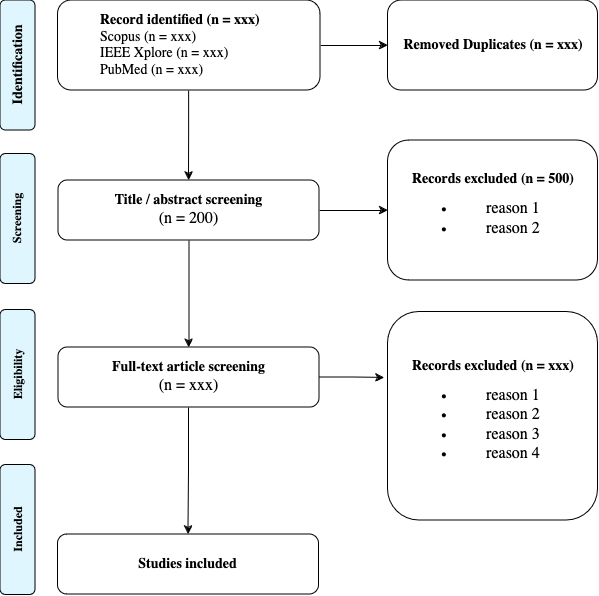
Above: prisma_overview.png in Hobsyllvin/Literature-Research-Master-Thesis (draw.io), before the change. Source tidied: cells renumbered, new cells last; positions are measured from the earlier drawing's top-left corner, leaving out a move shared by most shapes.
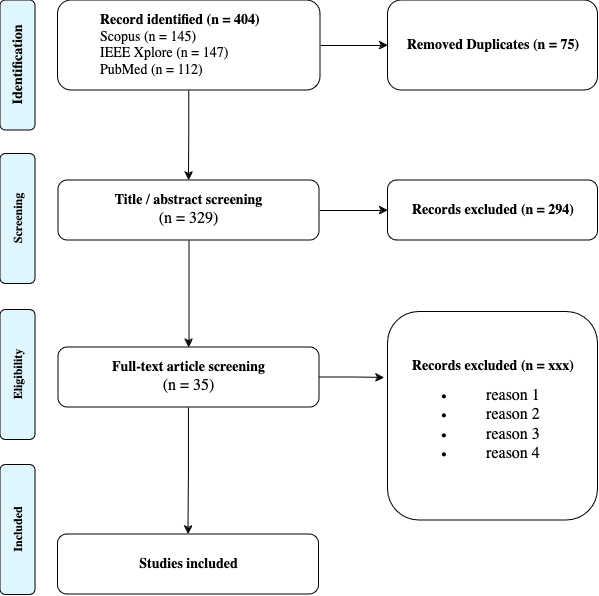
Above is the later version.

What changed in the source:
```diff
@@ -8,7 +8,7 @@
     <mxCell id="3" style="edgeStyle=orthogonalEdgeStyle;rounded=0;jettySize=auto;html=1;" parent="1" edge="1" source="4" target="13">
       <mxGeometry relative="1" as="geometry" />
     </mxCell>
-    <mxCell id="4" value="&lt;blockquote&gt;&lt;font style=&quot;font-size: 14px;&quot; face=&quot;Lucida Console&quot;&gt;&lt;b&gt;Record identified (n = xxx)&lt;/b&gt;&lt;br&gt;Scopus (n = xxx)&lt;br&gt;IEEE Xplore (n = xxx)&lt;br&gt;PubMed (n = xxx)&lt;/font&gt;&lt;/blockquote&gt;" style="rounded=1;whiteSpace=wrap;html=1;fontSize=12;glass=0;strokeWidth=1;shadow=0;align=left;" parent="1" vertex="1">
+    <mxCell id="4" value="&lt;blockquote&gt;&lt;font style=&quot;font-size: 14px;&quot; face=&quot;Lucida Console&quot;&gt;&lt;b&gt;Record identified (n = 404)&lt;/b&gt;&lt;br&gt;Scopus (n = 145)&lt;br&gt;IEEE Xplore (n = 147)&lt;br&gt;PubMed (n = 112)&lt;/font&gt;&lt;/blockquote&gt;" style="rounded=1;whiteSpace=wrap;html=1;fontSize=12;glass=0;strokeWidth=1;shadow=0;align=left;" parent="1" vertex="1">
       <mxGeometry x="105.5" width="262.5" height="90" as="geometry" />
     </mxCell>
     <mxCell id="5" style="edgeStyle=orthogonalEdgeStyle;rounded=0;jettySize=auto;html=1;" parent="1" edge="1" source="7" target="10">
@@ -17,17 +17,17 @@
     <mxCell id="6" style="edgeStyle=orthogonalEdgeStyle;rounded=0;jettySize=auto;html=1;" parent="1" edge="1" source="7" target="9">
       <mxGeometry relative="1" as="geometry" />
     </mxCell>
-    <mxCell id="7" value="&lt;div&gt;&lt;font style=&quot;font-size: 14px;&quot;&gt;&lt;b&gt;&lt;font face=&quot;Lucida Console&quot;&gt;Title / abstract screening&lt;/font&gt;&lt;/b&gt;&lt;/font&gt;&lt;/div&gt;&lt;div&gt;&lt;font face=&quot;Vf-fnMTilvaQMkSSkMgD&quot; size=&quot;3&quot;&gt;(n = 200)&lt;br&gt;&lt;/font&gt;&lt;/div&gt;" style="rounded=1;whiteSpace=wrap;html=1;fontSize=12;glass=0;strokeWidth=1;shadow=0;" parent="1" vertex="1">
+    <mxCell id="7" value="&lt;div&gt;&lt;font style=&quot;font-size: 14px;&quot;&gt;&lt;b&gt;&lt;font face=&quot;Lucida Console&quot;&gt;Title / abstract screening&lt;/font&gt;&lt;/b&gt;&lt;/font&gt;&lt;/div&gt;&lt;div&gt;&lt;font face=&quot;Vf-fnMTilvaQMkSSkMgD&quot; size=&quot;3&quot;&gt;(n = 329)&lt;br&gt;&lt;/font&gt;&lt;/div&gt;" style="rounded=1;whiteSpace=wrap;html=1;fontSize=12;glass=0;strokeWidth=1;shadow=0;" parent="1" vertex="1">
       <mxGeometry x="106" y="180" width="261" height="60" as="geometry" />
     </mxCell>
     <mxCell id="8" style="edgeStyle=orthogonalEdgeStyle;rounded=0;jettySize=auto;html=1;" parent="1" edge="1" source="9" target="12">
       <mxGeometry relative="1" as="geometry" />
     </mxCell>
-    <mxCell id="9" value="&lt;div&gt;&lt;b&gt;&lt;font style=&quot;font-size: 14px;&quot; face=&quot;Lucida Console&quot;&gt;Full-text article screening&lt;/font&gt;&lt;/b&gt;&lt;/div&gt;&lt;div&gt;&lt;font size=&quot;3&quot; face=&quot;EyllWLO1PdEMdmQVPUqC&quot;&gt;(n = xxx)&lt;br&gt;&lt;/font&gt;&lt;/div&gt;" style="rounded=1;whiteSpace=wrap;html=1;fontSize=12;glass=0;strokeWidth=1;shadow=0;" parent="1" vertex="1">
+    <mxCell id="9" value="&lt;div&gt;&lt;b&gt;&lt;font style=&quot;font-size: 14px;&quot; face=&quot;Lucida Console&quot;&gt;Full-text article screening&lt;/font&gt;&lt;/b&gt;&lt;/div&gt;&lt;div&gt;&lt;font size=&quot;3&quot; face=&quot;EyllWLO1PdEMdmQVPUqC&quot;&gt;(n = 35)&lt;br&gt;&lt;/font&gt;&lt;/div&gt;" style="rounded=1;whiteSpace=wrap;html=1;fontSize=12;glass=0;strokeWidth=1;shadow=0;" parent="1" vertex="1">
       <mxGeometry x="106" y="347" width="261" height="60" as="geometry" />
     </mxCell>
-    <mxCell id="10" value="&lt;div&gt;&lt;b&gt;&lt;font style=&quot;font-size: 14px;&quot; face=&quot;Lucida Console&quot;&gt;Records excluded (n = 500)&lt;/font&gt;&lt;/b&gt;&lt;/div&gt;&lt;div&gt;&lt;ul&gt;&lt;li&gt;&lt;font size=&quot;3&quot; face=&quot;wJ_m-E1kewodEd8vc7hS&quot;&gt;reason 1&lt;/font&gt;&lt;/li&gt;&lt;li&gt;&lt;font size=&quot;3&quot; face=&quot;wJ_m-E1kewodEd8vc7hS&quot;&gt;reason 2&lt;br&gt;&lt;/font&gt;&lt;/li&gt;&lt;/ul&gt;&lt;/div&gt;" style="rounded=1;whiteSpace=wrap;html=1;fontSize=12;glass=0;strokeWidth=1;shadow=0;" parent="1" vertex="1">
-      <mxGeometry x="435.5" y="140" width="210" height="140" as="geometry" />
+    <mxCell id="10" value="&lt;div&gt;&lt;b&gt;&lt;font style=&quot;font-size: 14px;&quot; face=&quot;Lucida Console&quot;&gt;Records excluded (n = 294)&lt;/font&gt;&lt;/b&gt;&lt;/div&gt;" style="rounded=1;whiteSpace=wrap;html=1;fontSize=12;glass=0;strokeWidth=1;shadow=0;" parent="1" vertex="1">
+      <mxGeometry x="435.5" y="180" width="210" height="60" as="geometry" />
     </mxCell>
     <mxCell id="11" value="&lt;div&gt;&lt;b&gt;&lt;font style=&quot;font-size: 14px;&quot; face=&quot;Lucida Console&quot;&gt;Records excluded (n = xxx)&lt;/font&gt;&lt;/b&gt;&lt;/div&gt;&lt;div&gt;&lt;ul&gt;&lt;li&gt;&lt;font size=&quot;3&quot; face=&quot;mY5P2F2tdVI3r5gdOyLp&quot;&gt;reason 1&lt;/font&gt;&lt;/li&gt;&lt;li&gt;&lt;font size=&quot;3&quot; face=&quot;mY5P2F2tdVI3r5gdOyLp&quot;&gt;reason 2&lt;/font&gt;&lt;/li&gt;&lt;li&gt;&lt;font size=&quot;3&quot; face=&quot;mY5P2F2tdVI3r5gdOyLp&quot;&gt;reason 3&lt;/font&gt;&lt;/li&gt;&lt;li&gt;&lt;font size=&quot;3&quot; face=&quot;mY5P2F2tdVI3r5gdOyLp&quot;&gt;reason 4&lt;br&gt;&lt;/font&gt;&lt;/li&gt;&lt;/ul&gt;&lt;/div&gt;" style="rounded=1;whiteSpace=wrap;html=1;fontSize=12;glass=0;strokeWidth=1;shadow=0;" parent="1" vertex="1">
       <mxGeometry x="435.5" y="311.5" width="210" height="208.5" as="geometry" />
@@ -35,7 +35,7 @@
     <mxCell id="12" value="&lt;b&gt;&lt;font style=&quot;font-size: 14px;&quot; face=&quot;Lucida Console&quot;&gt;Studies included&lt;/font&gt;&lt;/b&gt;" style="rounded=1;whiteSpace=wrap;html=1;fontSize=12;glass=0;strokeWidth=1;shadow=0;" parent="1" vertex="1">
       <mxGeometry x="105.5" y="534" width="261" height="60" as="geometry" />
     </mxCell>
-    <mxCell id="13" value="&lt;b&gt;&lt;font style=&quot;font-size: 14px;&quot; face=&quot;Lucida Console&quot;&gt;Removed Duplicates (n = xxx)&lt;/font&gt;&lt;/b&gt;" style="rounded=1;whiteSpace=wrap;html=1;fontSize=12;glass=0;strokeWidth=1;shadow=0;" parent="1" vertex="1">
+    <mxCell id="13" value="&lt;b&gt;&lt;font style=&quot;font-size: 14px;&quot; face=&quot;Lucida Console&quot;&gt;Removed Duplicates (n = 75)&lt;/font&gt;&lt;/b&gt;" style="rounded=1;whiteSpace=wrap;html=1;fontSize=12;glass=0;strokeWidth=1;shadow=0;" parent="1" vertex="1">
       <mxGeometry x="435.5" width="210" height="90" as="geometry" />
     </mxCell>
     <mxCell id="14" value="&lt;font face=&quot;Lucida Console&quot; style=&quot;font-size: 14px;&quot;&gt;&lt;b&gt;Identification&lt;/b&gt;&lt;/font&gt;" style="rounded=1;whiteSpace=wrap;html=1;rotation=-90;fillColor=#E0F6FF;" parent="1" vertex="1">
```
